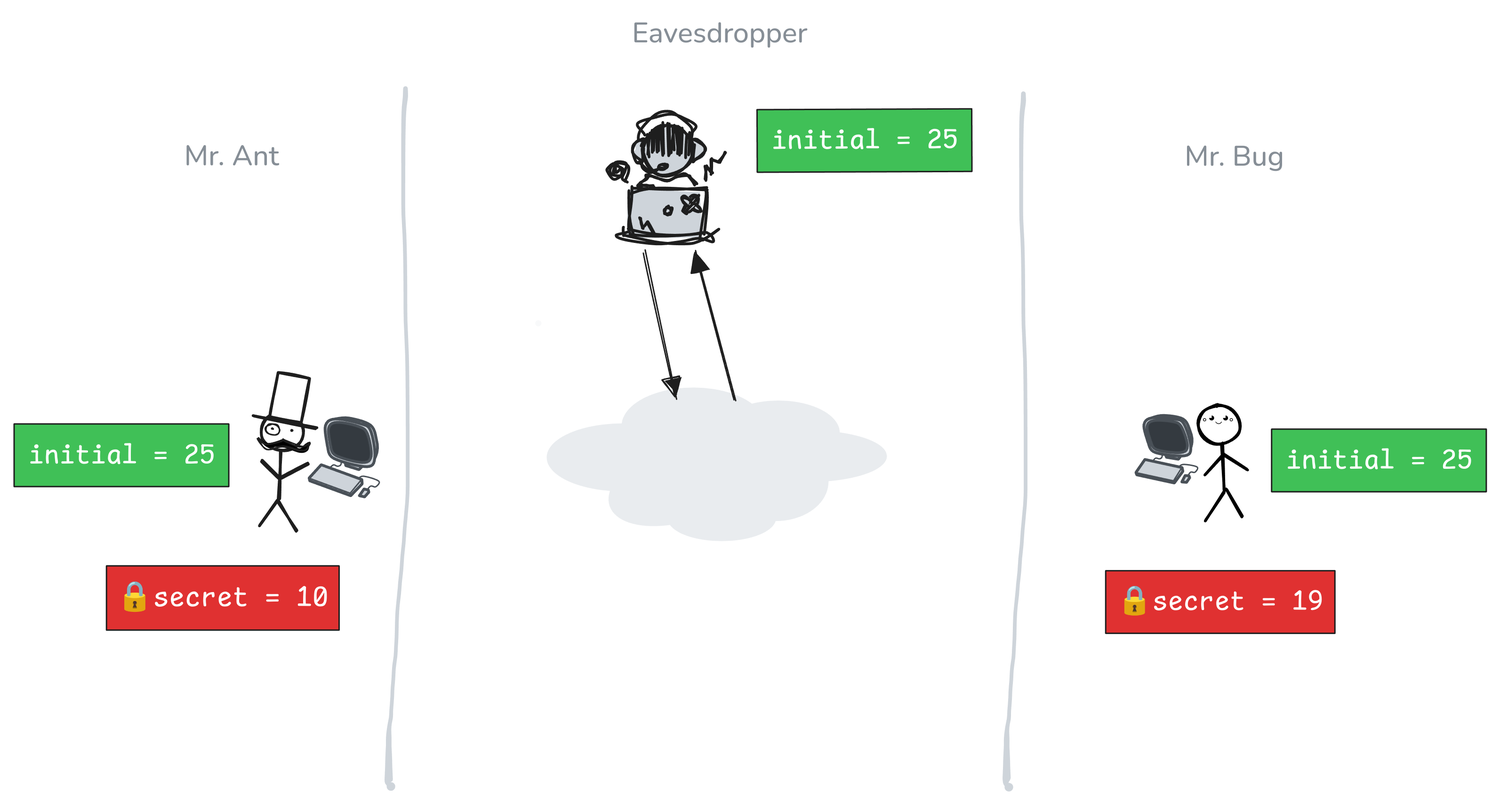
The Excalidraw diagram 7-diffie-merkle-hellman/flaw-step-2.png in Cryptography-for-Devs/Cryptography-for-Devs.github.io, before a commit. Source tidied: one line per element, renumbered; positions are measured from the earlier drawing's top-left corner, leaving out a move shared by most shapes.
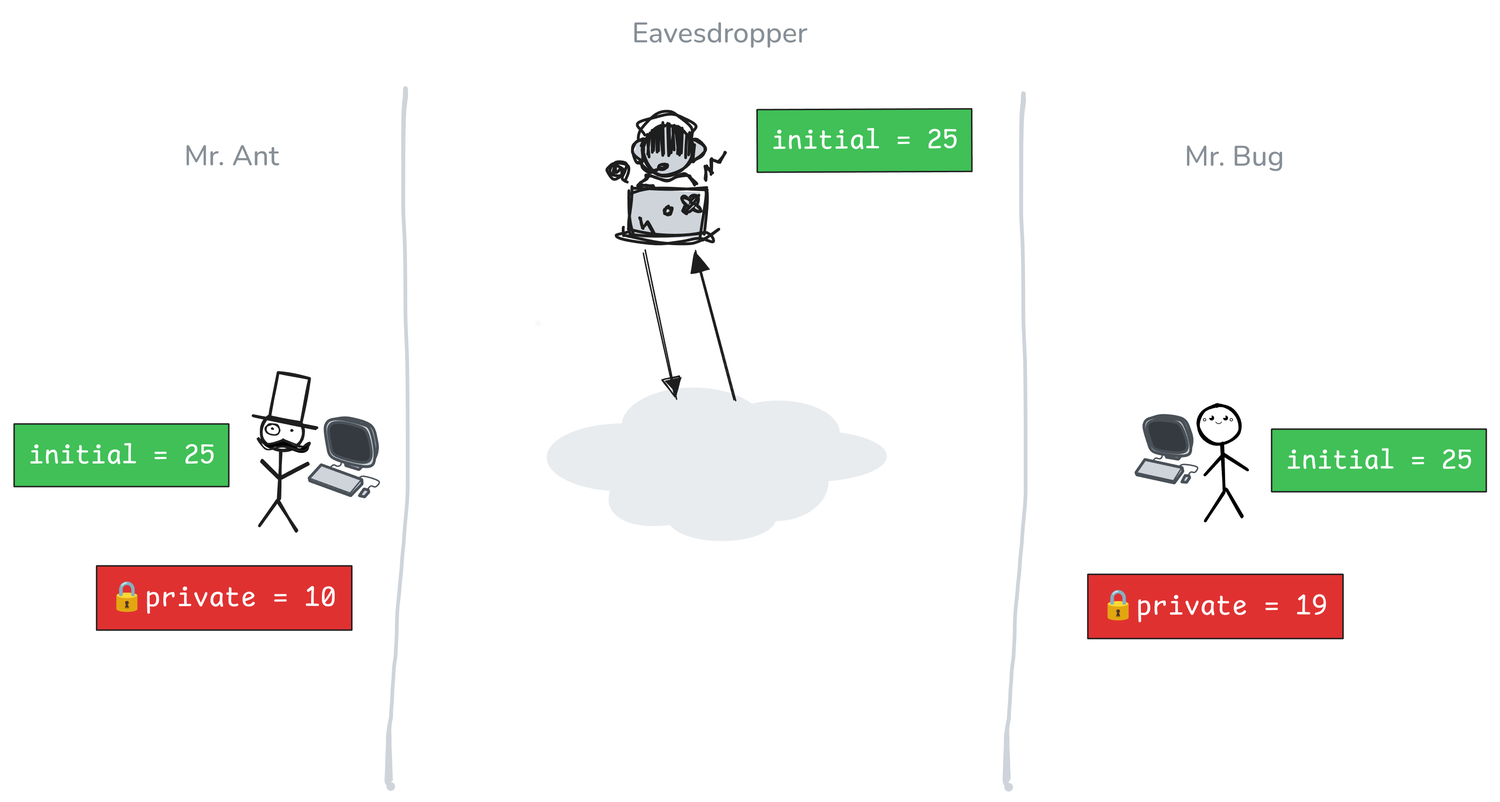
Above is the later version.

Commit message:
DH secret number to private number

What changed in the source:
```diff
@@ -91,10 +91,10 @@
 {"id": 90, "type": "freedraw", "strokeColor": "#ced4da", "backgroundColor": "#000", "fillStyle": "solid", "strokeWidth": 1, "roughness": 1, "x": 715, "y": 56, "width": 13, "height": 492, "points": [[0, 0], [0, 5], [-2, 26], [-2, 59], [-2, 99], [0, 142], [2, 192], [2, 241], [2, 284], [-2, 318], [-3, 346], [-6, 370], [-6, 391], [-9, 409], [-10, 425], [-10, 438], [-12, 450], [-12, 457], [-12, 466], [-12, 473], [-12, 480], [-12, 484], [-12, 487], [-11, 490], [-11, 492]]}
 {"id": 91, "type": "rectangle", "strokeColor": "#1e1e1e", "backgroundColor": "#40c057", "fillStyle": "solid", "strokeWidth": 1, "roughness": 0, "x": 0, "y": 290, "width": 152, "height": 44}
 {"id": 92, "type": "text", "text": "initial = 25", "strokeColor": "#ffffff", "backgroundColor": "#40c057", "fillStyle": "solid", "strokeWidth": 1, "roughness": 0, "fontSize": 20, "fontFamily": 8, "textAlign": "center", "x": 10, "y": 300, "width": 133, "height": 25}
-{"id": 93, "type": "rectangle", "strokeColor": "#1e1e1e", "backgroundColor": "#e03131", "fillStyle": "solid", "strokeWidth": 1, "roughness": 0, "x": 65, "y": 391, "width": 165, "height": 46}
+{"id": 93, "type": "rectangle", "strokeColor": "#1e1e1e", "backgroundColor": "#e03131", "fillStyle": "solid", "strokeWidth": 1, "roughness": 0, "x": 58, "y": 391, "width": 181, "height": 46}
-{"id": 94, "type": "text", "text": "🔒secret = 10", "strokeColor": "#ffffff", "backgroundColor": "#e03131", "fillStyle": "solid", "strokeWidth": 1, "roughness": 0, "fontSize": 20.52, "fontFamily": 8, "textAlign": "center", "x": 73, "y": 401, "width": 150, "height": 26}
+{"id": 94, "type": "text", "text": "🔒private = 10", "strokeColor": "#ffffff", "backgroundColor": "#e03131", "fillStyle": "solid", "strokeWidth": 1, "roughness": 0, "fontSize": 20.52, "fontFamily": 8, "textAlign": "center", "x": 67, "y": 401, "width": 161, "height": 26}
-{"id": 95, "type": "rectangle", "strokeColor": "#1e1e1e", "backgroundColor": "#e03131", "fillStyle": "solid", "strokeWidth": 1, "roughness": 0, "x": 773, "y": 394, "width": 162, "height": 44}
-{"id": 96, "type": "text", "text": "🔒secret = 19", "strokeColor": "#ffffff", "backgroundColor": "#e03131", "fillStyle": "solid", "strokeWidth": 1, "roughness": 0, "fontSize": 20, "fontFamily": 8, "textAlign": "center", "x": 781, "y": 404, "width": 146, "height": 25}
+{"id": 104, "type": "rectangle", "strokeColor": "#1e1e1e", "backgroundColor": "#e03131", "fillStyle": "solid", "strokeWidth": 1, "roughness": 0, "x": 760, "y": 397, "width": 181, "height": 46}
+{"id": 105, "type": "text", "text": "🔒private = 19", "strokeColor": "#ffffff", "backgroundColor": "#e03131", "fillStyle": "solid", "strokeWidth": 1, "roughness": 0, "fontSize": 20.52, "fontFamily": 8, "textAlign": "center", "x": 769, "y": 407, "width": 161, "height": 26}
 {"id": 97, "type": "rectangle", "strokeColor": "#1e1e1e", "backgroundColor": "#40c057", "fillStyle": "solid", "strokeWidth": 1, "roughness": 0, "x": 891, "y": 294, "width": 152, "height": 44}
 {"id": 98, "type": "text", "text": "initial = 25", "strokeColor": "#ffffff", "backgroundColor": "#40c057", "fillStyle": "solid", "strokeWidth": 1, "roughness": 0, "fontSize": 20, "fontFamily": 8, "textAlign": "center", "x": 900, "y": 304, "width": 133, "height": 25}
 {"id": 99, "type": "rectangle", "strokeColor": "#1e1e1e", "angle": 6.28, "backgroundColor": "#40c057", "fillStyle": "solid", "strokeWidth": 1, "roughness": 0, "x": 526, "y": 67, "width": 152, "height": 44}
```
